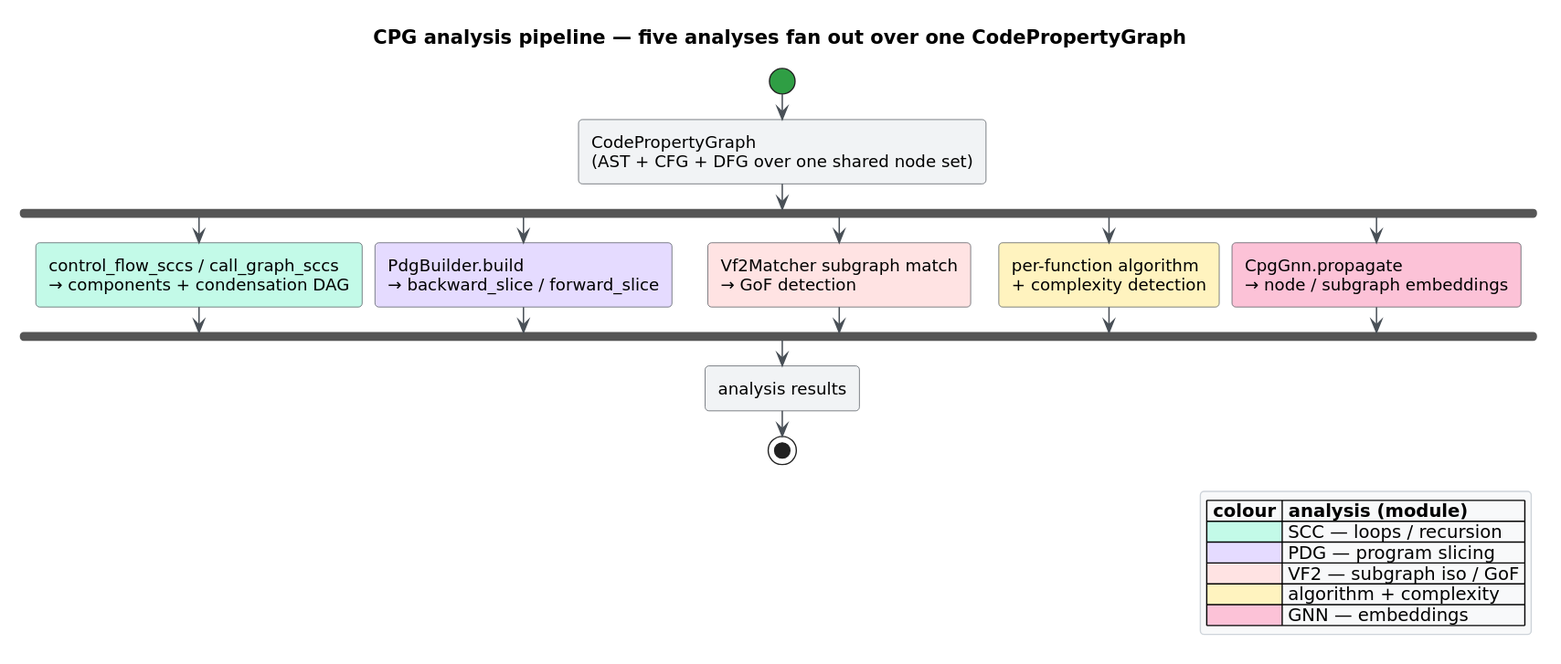
vinary-tree/libcpg keeps this PlantUML diagram as docs/diagrams/analysis-pipeline.svg. Above is the earlier version. Its source is kept beside it as docs/diagrams/analysis-pipeline.puml.
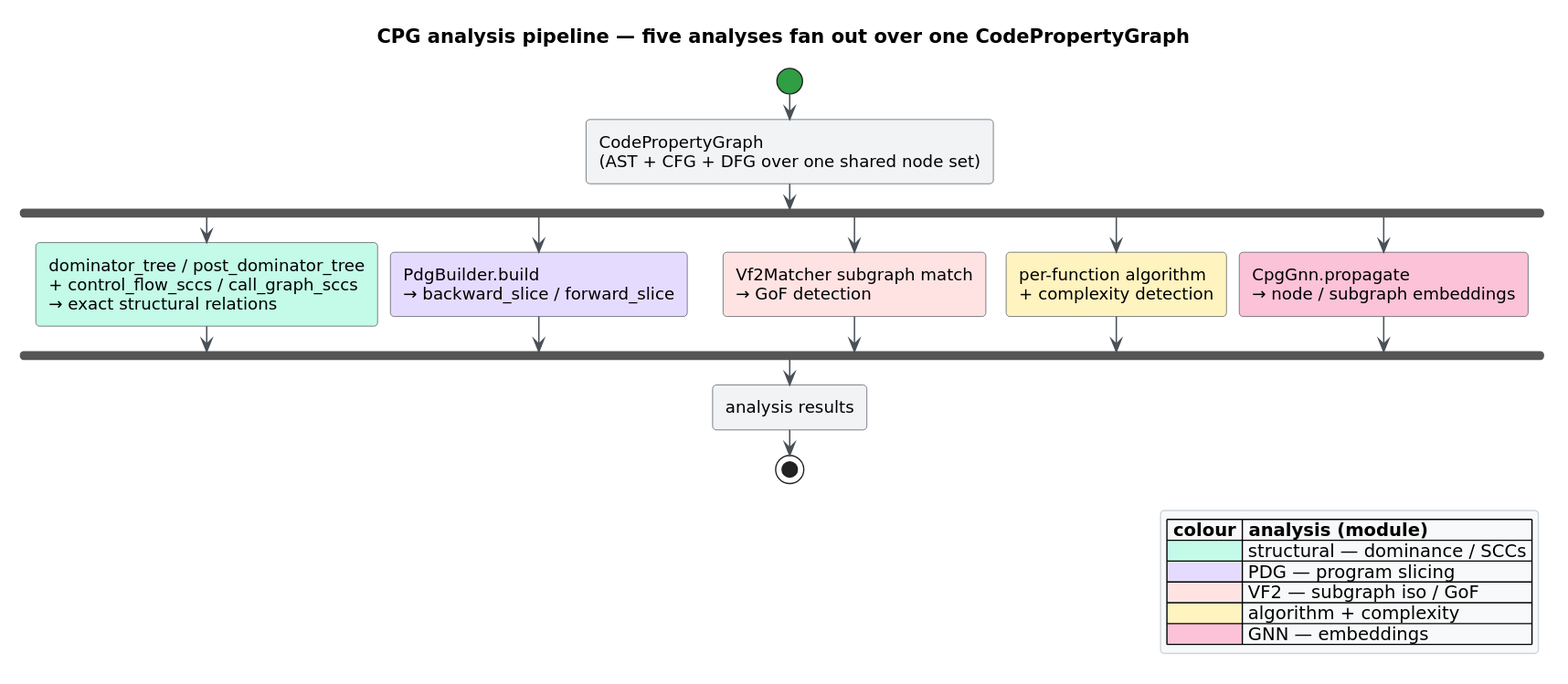
After the change.

The edit, as a diff of the source:
```diff
@@ -5,8 +5,9 @@
 :CodePropertyGraph
 (AST + CFG + DFG over one shared node set);
 fork
-  :control_flow_sccs / call_graph_sccs
-  → components + condensation DAG;<<#C3FAE8>>
+  :dominator_tree / post_dominator_tree
+  + control_flow_sccs / call_graph_sccs
+  → exact structural relations;<<#C3FAE8>>
 fork again
   :PdgBuilder.build
   → backward_slice / forward_slice;<<#E5DBFF>>
@@ -24,7 +25,7 @@
 stop
 legend right
   |= colour |= analysis (module) |
-  |<#C3FAE8>| SCC — loops / recursion |
+  |<#C3FAE8>| structural — dominance / SCCs |
   |<#E5DBFF>| PDG — program slicing |
   |<#FFE3E3>| VF2 — subgraph iso / GoF |
   |<#FFF3BF>| algorithm + complexity |
```
